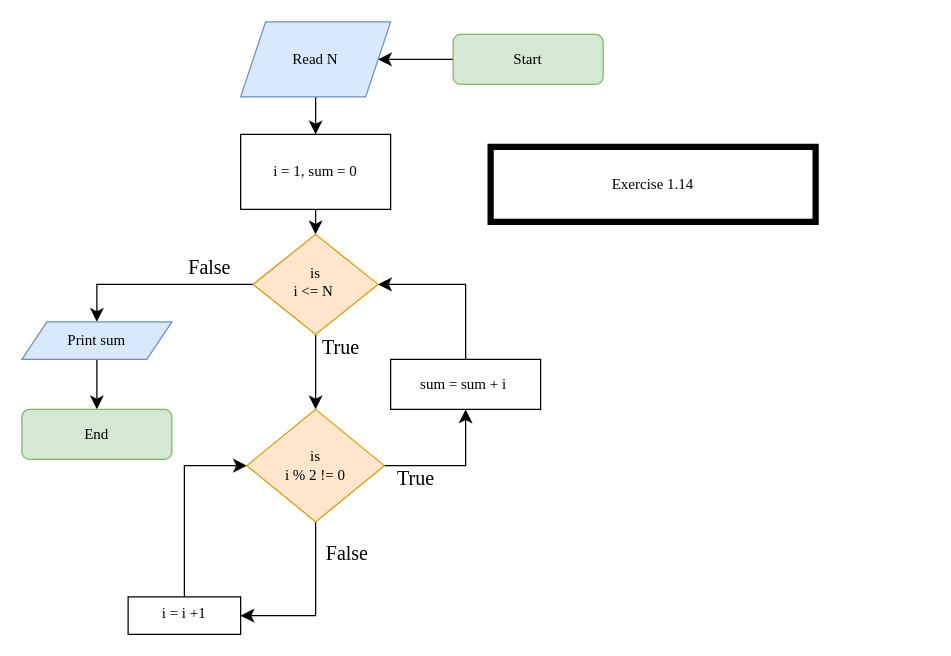
LONGDKZdev/Flowchart keeps this draw.io diagram as Exercise1_14.drawio. Above is the earlier version. Source tidied: cells renumbered, new cells numbered last; positions are measured from the earlier drawing's top-left corner, leaving out a move shared by most shapes. Both pictures are drawn from the tidied source at 125%, with x=0, y=0 at pixel (21, 21).
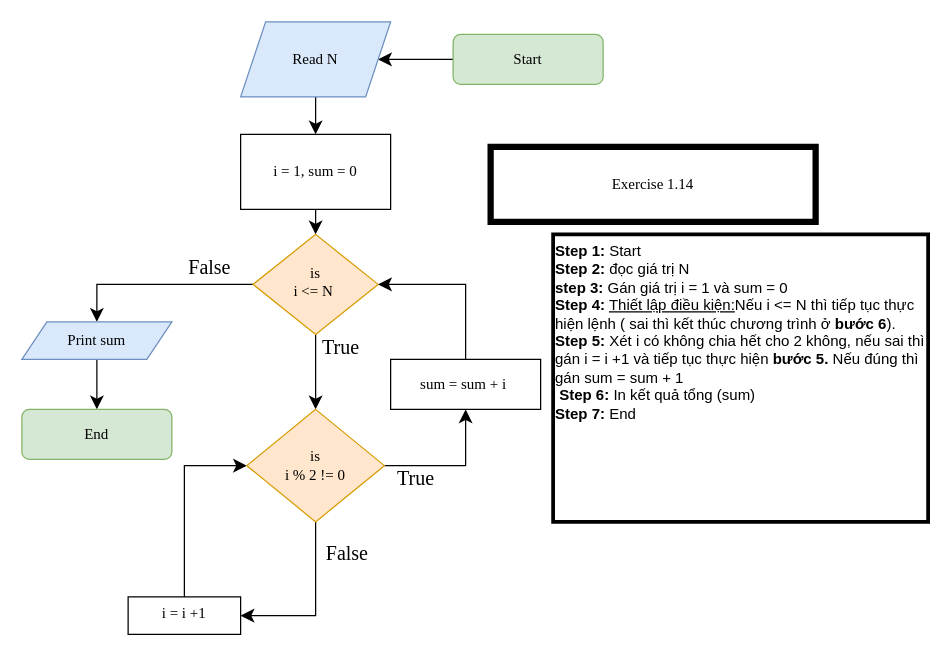
The same page after the edit.

Change to the diagram source:
```diff
@@
+    <mxCell id="26" value="&lt;b&gt;Step 1:&lt;/b&gt; Start&lt;div&gt;&lt;b&gt;Step 2:&lt;/b&gt; đọc giá trị N&lt;/div&gt;&lt;div&gt;&lt;b&gt;step 3:&lt;/b&gt; Gán giá trị i = 1 và sum = 0&lt;/div&gt;&lt;div&gt;&lt;b&gt;Step 4:&lt;/b&gt; &lt;u&gt;Thiết lập điều kiện:&lt;/u&gt;Nếu i &amp;lt;= N thì tiếp tục thực hiện lệnh&amp;nbsp;&lt;span style=&quot;background-color: initial;&quot;&gt;( sai thì kết thúc chương trình ở &lt;b&gt;bước 6&lt;/b&gt;).&lt;/span&gt;&lt;/div&gt;&lt;div&gt;&lt;span style=&quot;background-color: initial;&quot;&gt;&lt;b&gt;Step 5:&lt;/b&gt; X&lt;/span&gt;&lt;span style=&quot;background-color: initial;&quot;&gt;ét i có không chia hết cho 2 không, nếu sai thì gán i = i +1 và tiếp tục thực hiện &lt;b&gt;bước 5. &lt;/b&gt;Nếu đúng thì gán&lt;b&gt;&amp;nbsp;&lt;/b&gt;sum = sum + 1&lt;/span&gt;&lt;/div&gt;&lt;div&gt;&lt;span style=&quot;background-color: initial;&quot;&gt;&amp;nbsp;&lt;b&gt;Step&lt;/b&gt;&lt;/span&gt;&lt;b style=&quot;background-color: initial;&quot;&gt;&amp;nbsp;6: &lt;/b&gt;&lt;span style=&quot;background-color: initial;&quot;&gt;In kết quả tổng (sum)&lt;/span&gt;&lt;/div&gt;&lt;div&gt;&lt;b&gt;Step 7:&lt;/b&gt;&amp;nbsp;End&lt;/div&gt;" style="whiteSpace=wrap;html=1;verticalAlign=top;align=left;strokeWidth=3;" parent="1" vertex="1">
+      <mxGeometry x="425" y="170" width="300" height="230" as="geometry" />
+    </mxCell>
```
